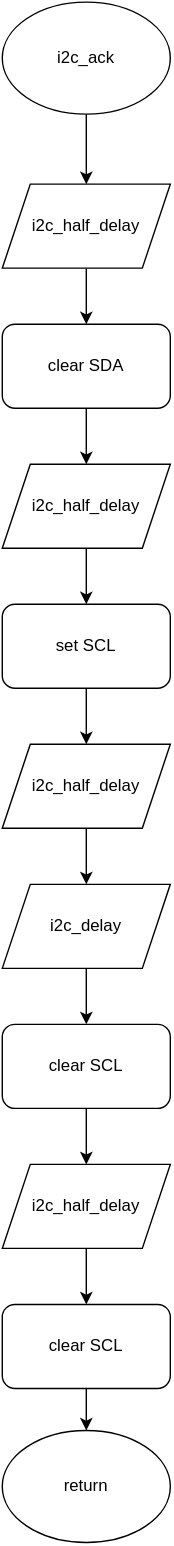
Above: docs/assets/i2c_ack.svg in msu-eele-465/project2-matt-matt (draw.io), before the change. Source tidied: cells renumbered, new cells last; positions are measured from the earlier drawing's top-left corner, leaving out a move shared by most shapes. Source of this version:
```xml
<mxGraphModel>
  <root>
    <mxCell id="0" />
    <mxCell id="1" parent="0" />
    <mxCell id="2" style="edgeStyle=orthogonalEdgeStyle;rounded=0;jettySize=auto;html=1;entryX=0.5;entryY=0;entryDx=0;entryDy=0;" parent="1" edge="1" source="3">
      <mxGeometry relative="1" as="geometry">
        <mxPoint x="60" y="130" as="targetPoint" />
      </mxGeometry>
    </mxCell>
    <mxCell id="3" value="i2c_ack" style="ellipse;whiteSpace=wrap;html=1;" parent="1" vertex="1">
      <mxGeometry width="120" height="80" as="geometry" />
    </mxCell>
    <mxCell id="4" style="edgeStyle=orthogonalEdgeStyle;rounded=0;jettySize=auto;html=1;entryX=0.5;entryY=0;entryDx=0;entryDy=0;" parent="1" edge="1" source="5" target="7">
      <mxGeometry relative="1" as="geometry" />
    </mxCell>
    <mxCell id="5" value="i2c_half_delay" style="shape=parallelogram;perimeter=parallelogramPerimeter;whiteSpace=wrap;html=1;fixedSize=1;" parent="1" vertex="1">
      <mxGeometry y="130" width="120" height="60" as="geometry" />
    </mxCell>
    <mxCell id="6" style="edgeStyle=orthogonalEdgeStyle;rounded=0;jettySize=auto;html=1;entryX=0.5;entryY=0;entryDx=0;entryDy=0;" parent="1" edge="1" source="7" target="9">
      <mxGeometry relative="1" as="geometry" />
    </mxCell>
    <mxCell id="7" value="clear SDA" style="rounded=1;whiteSpace=wrap;html=1;" parent="1" vertex="1">
      <mxGeometry y="230" width="120" height="60" as="geometry" />
    </mxCell>
    <mxCell id="8" style="edgeStyle=orthogonalEdgeStyle;rounded=0;jettySize=auto;html=1;entryX=0.5;entryY=0;entryDx=0;entryDy=0;" parent="1" edge="1" source="9" target="11">
      <mxGeometry relative="1" as="geometry" />
    </mxCell>
    <mxCell id="9" value="i2c_half_delay" style="shape=parallelogram;perimeter=parallelogramPerimeter;whiteSpace=wrap;html=1;fixedSize=1;" parent="1" vertex="1">
      <mxGeometry y="330" width="120" height="60" as="geometry" />
    </mxCell>
    <mxCell id="10" style="edgeStyle=orthogonalEdgeStyle;rounded=0;jettySize=auto;html=1;entryX=0.5;entryY=0;entryDx=0;entryDy=0;" parent="1" edge="1" source="11" target="13">
      <mxGeometry relative="1" as="geometry" />
    </mxCell>
    <mxCell id="11" value="set SCL" style="rounded=1;whiteSpace=wrap;html=1;" parent="1" vertex="1">
      <mxGeometry y="430" width="120" height="60" as="geometry" />
    </mxCell>
    <mxCell id="12" style="edgeStyle=orthogonalEdgeStyle;rounded=0;jettySize=auto;html=1;entryX=0.5;entryY=0;entryDx=0;entryDy=0;" parent="1" edge="1" source="13" target="15">
      <mxGeometry relative="1" as="geometry" />
    </mxCell>
    <mxCell id="13" value="i2c_half_delay" style="shape=parallelogram;perimeter=parallelogramPerimeter;whiteSpace=wrap;html=1;fixedSize=1;" parent="1" vertex="1">
      <mxGeometry y="530" width="120" height="60" as="geometry" />
    </mxCell>
    <mxCell id="14" style="edgeStyle=orthogonalEdgeStyle;rounded=0;jettySize=auto;html=1;entryX=0.5;entryY=0;entryDx=0;entryDy=0;" parent="1" edge="1" source="15" target="17">
      <mxGeometry relative="1" as="geometry" />
    </mxCell>
    <mxCell id="15" value="i2c_delay" style="shape=parallelogram;perimeter=parallelogramPerimeter;whiteSpace=wrap;html=1;fixedSize=1;" parent="1" vertex="1">
      <mxGeometry y="630" width="120" height="60" as="geometry" />
    </mxCell>
    <mxCell id="16" style="edgeStyle=orthogonalEdgeStyle;rounded=0;jettySize=auto;html=1;entryX=0.5;entryY=0;entryDx=0;entryDy=0;" parent="1" edge="1" source="17" target="19">
      <mxGeometry relative="1" as="geometry" />
    </mxCell>
    <mxCell id="17" value="clear SCL" style="rounded=1;whiteSpace=wrap;html=1;" parent="1" vertex="1">
      <mxGeometry y="730" width="120" height="60" as="geometry" />
    </mxCell>
    <mxCell id="18" style="edgeStyle=orthogonalEdgeStyle;rounded=0;jettySize=auto;html=1;entryX=0.5;entryY=0;entryDx=0;entryDy=0;" parent="1" edge="1" source="19" target="21">
      <mxGeometry relative="1" as="geometry" />
    </mxCell>
    <mxCell id="19" value="i2c_half_delay" style="shape=parallelogram;perimeter=parallelogramPerimeter;whiteSpace=wrap;html=1;fixedSize=1;" parent="1" vertex="1">
      <mxGeometry y="830" width="120" height="60" as="geometry" />
    </mxCell>
    <mxCell id="20" style="edgeStyle=orthogonalEdgeStyle;rounded=0;jettySize=auto;html=1;" parent="1" edge="1" source="21" target="22">
      <mxGeometry relative="1" as="geometry" />
    </mxCell>
    <mxCell id="21" value="clear SCL" style="rounded=1;whiteSpace=wrap;html=1;" parent="1" vertex="1">
      <mxGeometry y="930" width="120" height="60" as="geometry" />
    </mxCell>
    <mxCell id="22" value="return" style="ellipse;whiteSpace=wrap;html=1;" parent="1" vertex="1">
      <mxGeometry y="1020" width="120" height="80" as="geometry" />
    </mxCell>
  </root>
</mxGraphModel>
```
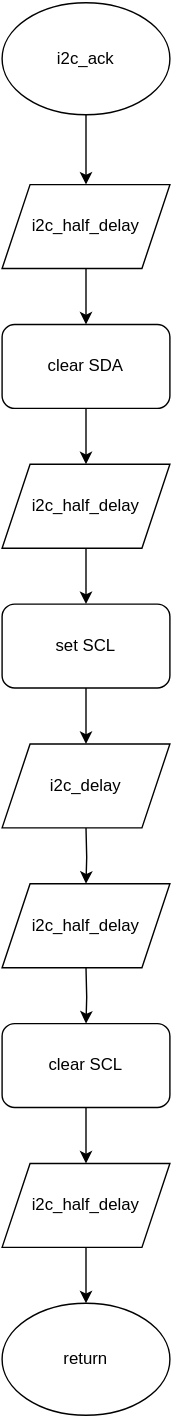
The same file after the commit.

Diff of the diagram source:
```diff
@@ -28,44 +28,47 @@
     <mxCell id="9" value="i2c_half_delay" style="shape=parallelogram;perimeter=parallelogramPerimeter;whiteSpace=wrap;html=1;fixedSize=1;" parent="1" vertex="1">
       <mxGeometry y="330" width="120" height="60" as="geometry" />
     </mxCell>
-    <mxCell id="10" style="edgeStyle=orthogonalEdgeStyle;rounded=0;jettySize=auto;html=1;entryX=0.5;entryY=0;entryDx=0;entryDy=0;" parent="1" edge="1" source="11" target="13">
-      <mxGeometry relative="1" as="geometry" />
+    <mxCell id="10" style="edgeStyle=orthogonalEdgeStyle;rounded=0;jettySize=auto;html=1;entryX=0.5;entryY=0;entryDx=0;entryDy=0;" parent="1" edge="1" source="11">
+      <mxGeometry relative="1" as="geometry">
+        <mxPoint x="60" y="530" as="targetPoint" />
+      </mxGeometry>
     </mxCell>
     <mxCell id="11" value="set SCL" style="rounded=1;whiteSpace=wrap;html=1;" parent="1" vertex="1">
       <mxGeometry y="430" width="120" height="60" as="geometry" />
     </mxCell>
-    <mxCell id="12" style="edgeStyle=orthogonalEdgeStyle;rounded=0;jettySize=auto;html=1;entryX=0.5;entryY=0;entryDx=0;entryDy=0;" parent="1" edge="1" source="13" target="15">
-      <mxGeometry relative="1" as="geometry" />
+    <mxCell id="12" style="edgeStyle=orthogonalEdgeStyle;rounded=0;orthogonalLoop=1;jettySize=auto;html=1;entryX=0.5;entryY=0;entryDx=0;entryDy=0;" parent="1" edge="1">
+      <mxGeometry relative="1" as="geometry">
+        <mxPoint x="60" y="590" as="sourcePoint" />
+        <mxPoint x="60" y="630" as="targetPoint" />
+      </mxGeometry>
     </mxCell>
-    <mxCell id="13" value="i2c_half_delay" style="shape=parallelogram;perimeter=parallelogramPerimeter;whiteSpace=wrap;html=1;fixedSize=1;" parent="1" vertex="1">
-      <mxGeometry y="530" width="120" height="60" as="geometry" />
+    <mxCell id="13" style="edgeStyle=orthogonalEdgeStyle;rounded=0;jettySize=auto;html=1;entryX=0.5;entryY=0;entryDx=0;entryDy=0;" parent="1" edge="1" target="15">
+      <mxGeometry relative="1" as="geometry">
+        <mxPoint x="60" y="690" as="sourcePoint" />
+      </mxGeometry>
     </mxCell>
     <mxCell id="14" style="edgeStyle=orthogonalEdgeStyle;rounded=0;jettySize=auto;html=1;entryX=0.5;entryY=0;entryDx=0;entryDy=0;" parent="1" edge="1" source="15" target="17">
       <mxGeometry relative="1" as="geometry" />
     </mxCell>
-    <mxCell id="15" value="i2c_delay" style="shape=parallelogram;perimeter=parallelogramPerimeter;whiteSpace=wrap;html=1;fixedSize=1;" parent="1" vertex="1">
-      <mxGeometry y="630" width="120" height="60" as="geometry" />
+    <mxCell id="15" value="clear SCL" style="rounded=1;whiteSpace=wrap;html=1;" parent="1" vertex="1">
+      <mxGeometry y="730" width="120" height="60" as="geometry" />
     </mxCell>
-    <mxCell id="16" style="edgeStyle=orthogonalEdgeStyle;rounded=0;jettySize=auto;html=1;entryX=0.5;entryY=0;entryDx=0;entryDy=0;" parent="1" edge="1" source="17" target="19">
-      <mxGeometry relative="1" as="geometry" />
+    <mxCell id="16" style="edgeStyle=orthogonalEdgeStyle;rounded=0;jettySize=auto;html=1;entryX=0.5;entryY=0;entryDx=0;entryDy=0;" parent="1" edge="1" source="17">
+      <mxGeometry relative="1" as="geometry">
+        <mxPoint x="60" y="930" as="targetPoint" />
+      </mxGeometry>
     </mxCell>
-    <mxCell id="17" value="clear SCL" style="rounded=1;whiteSpace=wrap;html=1;" parent="1" vertex="1">
-      <mxGeometry y="730" width="120" height="60" as="geometry" />
+    <mxCell id="17" value="i2c_half_delay" style="shape=parallelogram;perimeter=parallelogramPerimeter;whiteSpace=wrap;html=1;fixedSize=1;" parent="1" vertex="1">
+      <mxGeometry y="830" width="120" height="60" as="geometry" />
     </mxCell>
-    <mxCell id="18" style="edgeStyle=orthogonalEdgeStyle;rounded=0;jettySize=auto;html=1;entryX=0.5;entryY=0;entryDx=0;entryDy=0;" parent="1" edge="1" source="19" target="21">
-      <mxGeometry relative="1" as="geometry" />
+    <mxCell id="18" value="return" style="ellipse;whiteSpace=wrap;html=1;" parent="1" vertex="1">
+      <mxGeometry y="930" width="120" height="80" as="geometry" />
     </mxCell>
     <mxCell id="19" value="i2c_half_delay" style="shape=parallelogram;perimeter=parallelogramPerimeter;whiteSpace=wrap;html=1;fixedSize=1;" parent="1" vertex="1">
-      <mxGeometry y="830" width="120" height="60" as="geometry" />
+      <mxGeometry y="630" width="120" height="60" as="geometry" />
     </mxCell>
-    <mxCell id="20" style="edgeStyle=orthogonalEdgeStyle;rounded=0;jettySize=auto;html=1;" parent="1" edge="1" source="21" target="22">
-      <mxGeometry relative="1" as="geometry" />
+    <mxCell id="20" value="i2c_delay" style="shape=parallelogram;perimeter=parallelogramPerimeter;whiteSpace=wrap;html=1;fixedSize=1;" parent="1" vertex="1">
+      <mxGeometry y="530" width="120" height="60" as="geometry" />
     </mxCell>
-    <mxCell id="21" value="clear SCL" style="rounded=1;whiteSpace=wrap;html=1;" parent="1" vertex="1">
-      <mxGeometry y="930" width="120" height="60" as="geometry" />
-    </mxCell>
-    <mxCell id="22" value="return" style="ellipse;whiteSpace=wrap;html=1;" parent="1" vertex="1">
-      <mxGeometry y="1020" width="120" height="80" as="geometry" />
-    </mxCell>
   </root>
 </mxGraphModel>
```
